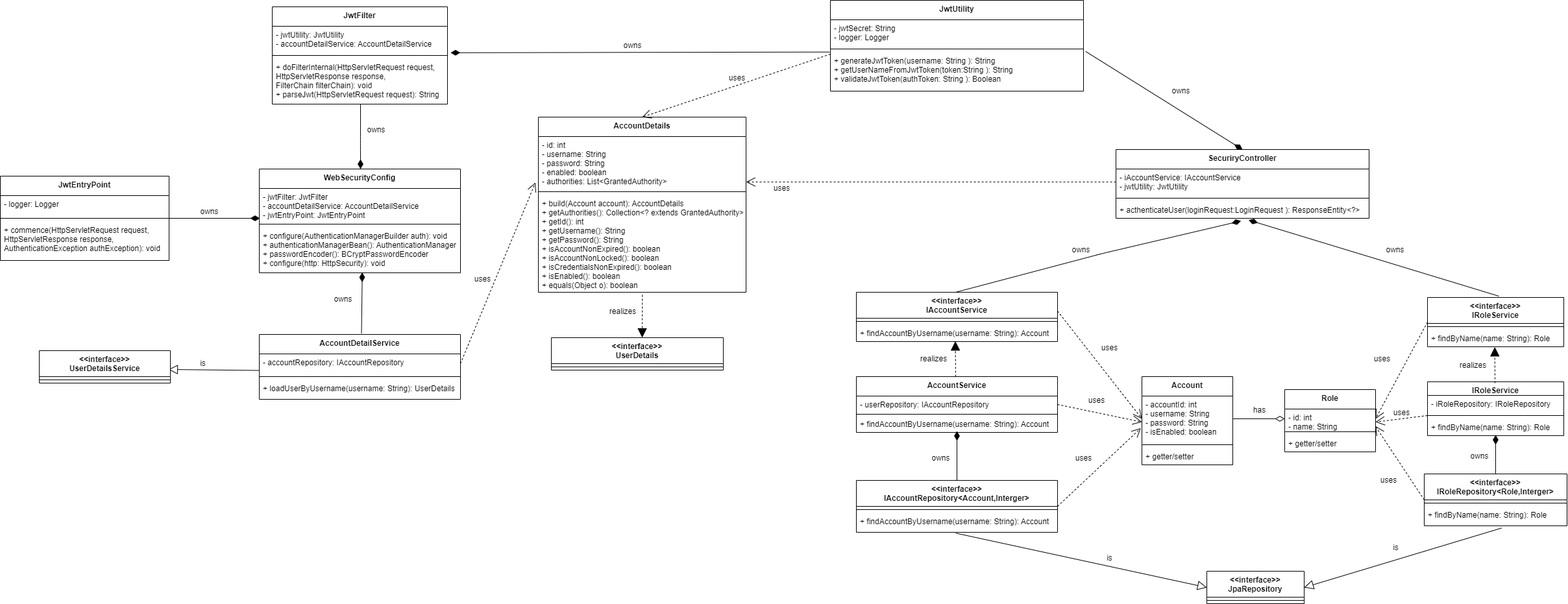
The draw.io diagram detail_design/class_diagram.png in nguyenminhhoang291998/C9022G1_Nguyen_Minh_Hoang_Module_06, before a commit. Source tidied: cells renumbered, new cells last; positions are measured from the earlier drawing's top-left corner, leaving out a move shared by most shapes.
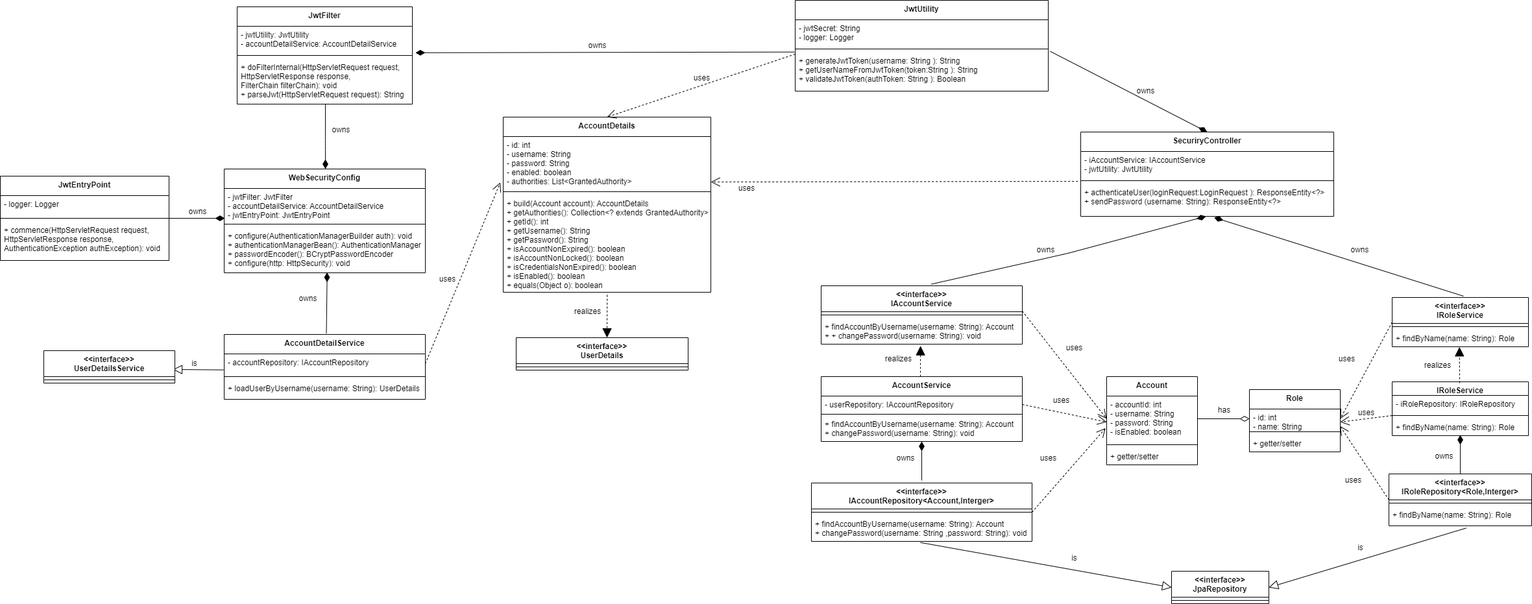
The same diagram one commit later.

Change to the diagram source:
```diff
@@ -18,7 +18,7 @@
       <mxGeometry x="75" y="5" width="40" height="20" as="geometry" />
     </mxCell>
     <mxCell id="5" value="SecuriryController" style="swimlane;fontStyle=1;align=center;verticalAlign=top;horizontal=1;startSize=30;swimlaneLine=1;rounded=0;shadow=0;glass=0;labelBackgroundColor=none;" parent="1" vertex="1">
-      <mxGeometry x="1719" y="230" width="390" height="106" as="geometry" />
+      <mxGeometry x="1719" y="203" width="390" height="130" as="geometry" />
     </mxCell>
     <mxCell id="6" value="- iAccountService: IAccountService&#10;- jwtUtility: JwtUtility&#10;&#10;" style="text;strokeColor=none;fillColor=none;align=left;verticalAlign=top;spacingLeft=4;spacingRight=4;overflow=hidden;points=[[0,0.5],[1,0.5]];portConstraint=eastwest;labelBackgroundColor=none;" parent="5" vertex="1">
       <mxGeometry y="30" width="390" height="40" as="geometry" />
@@ -26,8 +26,8 @@
     <mxCell id="7" style="line;strokeWidth=1;fillColor=none;align=left;verticalAlign=middle;spacingTop=-1;spacingLeft=3;spacingRight=3;labelPosition=right;labelBackgroundColor=none;" parent="5" vertex="1">
       <mxGeometry y="70" width="390" height="10" as="geometry" />
     </mxCell>
-    <mxCell id="8" value="+ acthenticateUser(loginRequest:LoginRequest ): ResponseEntity&lt;?&gt;" style="text;strokeColor=none;fillColor=none;align=left;verticalAlign=top;spacingLeft=4;spacingRight=4;overflow=hidden;points=[[0,0.5],[1,0.5]];portConstraint=eastwest;labelBackgroundColor=none;" parent="5" vertex="1">
-      <mxGeometry y="80" width="390" height="26" as="geometry" />
+    <mxCell id="8" value="+ acthenticateUser(loginRequest:LoginRequest ): ResponseEntity&lt;?&gt;&#10;+ sendPassword (username: String): ResponseEntity&lt;?&gt;" style="text;strokeColor=none;fillColor=none;align=left;verticalAlign=top;spacingLeft=4;spacingRight=4;overflow=hidden;points=[[0,0.5],[1,0.5]];portConstraint=eastwest;labelBackgroundColor=none;" parent="5" vertex="1">
+      <mxGeometry y="80" width="390" height="50" as="geometry" />
     </mxCell>
     <mxCell id="9" value="JwtUtility" style="swimlane;fontStyle=1;align=center;verticalAlign=top;horizontal=1;startSize=30;swimlaneLine=1;rounded=0;shadow=0;glass=0;labelBackgroundColor=none;" parent="1" vertex="1">
       <mxGeometry x="1279" width="390" height="140" as="geometry" />
@@ -65,22 +65,21 @@
     <mxCell id="20" value="owns" style="text;html=1;align=center;verticalAlign=middle;labelBackgroundColor=none;rotation=0;" parent="19" vertex="1">
       <mxGeometry x="-44" y="-14" width="40" height="20" as="geometry" />
     </mxCell>
-    <mxCell id="21" style="endArrow=diamondThin;endFill=1;endSize=12;html=1;labelBackgroundColor=none;fontColor=default;entryX=0.494;entryY=1.158;entryDx=0;entryDy=0;entryPerimeter=0;" parent="1" edge="1" target="8">
+    <mxCell id="21" style="endArrow=diamondThin;endFill=1;endSize=12;html=1;labelBackgroundColor=none;fontColor=default;entryX=0.495;entryY=1;entryDx=0;entryDy=0;entryPerimeter=0;exitX=0.547;exitY=-0.027;exitDx=0;exitDy=0;exitPerimeter=0;" parent="1" edge="1" source="22" target="8">
       <mxGeometry relative="1" as="geometry">
-        <mxPoint x="1472" y="450" as="sourcePoint" />
         <Array as="points">
           <mxPoint x="1699" y="390" />
         </Array>
       </mxGeometry>
     </mxCell>
     <mxCell id="22" value="&lt;&lt;interface&gt;&gt;&#10;IAccountService" style="swimlane;fontStyle=1;align=center;verticalAlign=top;horizontal=1;startSize=40;swimlaneLine=1;rounded=0;shadow=0;glass=0;labelBackgroundColor=none;" parent="1" vertex="1">
-      <mxGeometry x="1319" y="450" width="310" height="76" as="geometry" />
+      <mxGeometry x="1319" y="440" width="310" height="90" as="geometry" />
     </mxCell>
     <mxCell id="23" style="line;strokeWidth=1;fillColor=none;align=left;verticalAlign=middle;spacingTop=-1;spacingLeft=3;spacingRight=3;labelPosition=right;labelBackgroundColor=none;" parent="22" vertex="1">
       <mxGeometry y="40" width="310" height="10" as="geometry" />
     </mxCell>
-    <mxCell id="24" value="+ findAccountByUsername(username: String): Account" style="text;strokeColor=none;fillColor=none;align=left;verticalAlign=top;spacingLeft=4;spacingRight=4;overflow=hidden;points=[[0,0.5],[1,0.5]];portConstraint=eastwest;labelBackgroundColor=none;" parent="22" vertex="1">
-      <mxGeometry y="50" width="310" height="26" as="geometry" />
+    <mxCell id="24" value="+ findAccountByUsername(username: String): Account&#10;+ + changePassword(username: String): void" style="text;strokeColor=none;fillColor=none;align=left;verticalAlign=top;spacingLeft=4;spacingRight=4;overflow=hidden;points=[[0,0.5],[1,0.5]];portConstraint=eastwest;labelBackgroundColor=none;" parent="22" vertex="1">
+      <mxGeometry y="50" width="310" height="40" as="geometry" />
     </mxCell>
     <mxCell id="25" value="Account" style="swimlane;fontStyle=1;align=center;verticalAlign=top;horizontal=1;startSize=30;swimlaneLine=1;rounded=0;shadow=0;glass=0;labelBackgroundColor=none;" parent="1" vertex="1">
       <mxGeometry x="1759" y="580" width="140" height="136" as="geometry" />
@@ -119,16 +118,16 @@
       <mxGeometry y="70" width="310" height="30" as="geometry" />
     </mxCell>
     <mxCell id="37" value="&lt;&lt;interface&gt;&gt;&#10;IAccountRepository&lt;Account,Interger&gt;" style="swimlane;fontStyle=1;align=center;verticalAlign=top;horizontal=1;startSize=40;swimlaneLine=1;rounded=0;shadow=0;glass=0;labelBackgroundColor=none;" parent="1" vertex="1">
-      <mxGeometry x="1319" y="740" width="310" height="80" as="geometry" />
+      <mxGeometry x="1304" y="744" width="340" height="90" as="geometry" />
     </mxCell>
     <mxCell id="38" style="line;strokeWidth=1;fillColor=none;align=left;verticalAlign=middle;spacingTop=-1;spacingLeft=3;spacingRight=3;labelPosition=right;labelBackgroundColor=none;" parent="37" vertex="1">
-      <mxGeometry y="40" width="310" height="10" as="geometry" />
+      <mxGeometry y="40" width="340" height="10" as="geometry" />
     </mxCell>
-    <mxCell id="39" value="+ findAccountByUsername(username: String): Account" style="text;strokeColor=none;fillColor=none;align=left;verticalAlign=top;spacingLeft=4;spacingRight=4;overflow=hidden;points=[[0,0.5],[1,0.5]];portConstraint=eastwest;labelBackgroundColor=none;" parent="37" vertex="1">
-      <mxGeometry y="50" width="310" height="30" as="geometry" />
+    <mxCell id="39" value="+ findAccountByUsername(username: String): Account&#10;+ changePassword(username: String ,password: String): void" style="text;strokeColor=none;fillColor=none;align=left;verticalAlign=top;spacingLeft=4;spacingRight=4;overflow=hidden;points=[[0,0.5],[1,0.5]];portConstraint=eastwest;labelBackgroundColor=none;" parent="37" vertex="1">
+      <mxGeometry y="50" width="340" height="40" as="geometry" />
     </mxCell>
     <mxCell id="40" value="JwtEntryPoint" style="swimlane;fontStyle=1;align=center;verticalAlign=top;horizontal=1;startSize=30;swimlaneLine=1;rounded=0;shadow=0;glass=0;labelBackgroundColor=none;" parent="1" vertex="1">
-      <mxGeometry y="271" width="260" height="130" as="geometry" />
+      <mxGeometry x="54" y="271" width="260" height="130" as="geometry" />
     </mxCell>
     <mxCell id="41" value="- logger: Logger" style="text;strokeColor=none;fillColor=none;align=left;verticalAlign=top;spacingLeft=4;spacingRight=4;overflow=hidden;labelBackgroundColor=none;" parent="40" vertex="1">
       <mxGeometry y="30" width="260" height="30" as="geometry" />
@@ -146,7 +145,7 @@
       </mxGeometry>
     </mxCell>
     <mxCell id="45" value="owns" style="text;html=1;align=center;verticalAlign=middle;labelBackgroundColor=none;rotation=0;" parent="1" vertex="1">
-      <mxGeometry x="302" y="316" width="40" height="20" as="geometry" />
+      <mxGeometry x="338" y="316" width="40" height="20" as="geometry" />
     </mxCell>
     <mxCell id="46" style="group;labelBackgroundColor=none;rotation=-90;" parent="1" vertex="1">
       <mxGeometry x="488.5" y="457.5" width="105" height="20" as="geometry" />
@@ -188,15 +187,15 @@
       <mxGeometry y="40" width="265" height="10" as="geometry" />
     </mxCell>
     <mxCell id="57" value="is" style="text;html=1;align=center;verticalAlign=middle;labelBackgroundColor=none;" parent="1" vertex="1">
-      <mxGeometry x="302" y="550" width="20" height="20" as="geometry" />
+      <mxGeometry x="343" y="550" width="20" height="20" as="geometry" />
     </mxCell>
-    <mxCell id="58" style="endArrow=block;endFill=0;endSize=12;html=1;labelBackgroundColor=none;fontColor=default;exitX=-0.002;exitY=0.85;exitDx=0;exitDy=0;exitPerimeter=0;" parent="1" edge="1" source="34">
+    <mxCell id="58" style="endArrow=block;endFill=0;endSize=12;html=1;labelBackgroundColor=none;fontColor=default;exitX=-0.003;exitY=0.823;exitDx=0;exitDy=0;exitPerimeter=0;" parent="1" edge="1" source="34">
       <mxGeometry relative="1" as="geometry">
-        <mxPoint x="259" y="569" as="targetPoint" />
+        <mxPoint x="320" y="569" as="targetPoint" />
       </mxGeometry>
     </mxCell>
     <mxCell id="59" value="&lt;&lt;interface&gt;&gt;&#10;UserDetailsService" style="swimlane;fontStyle=1;align=center;verticalAlign=top;horizontal=1;startSize=40;swimlaneLine=1;rounded=0;shadow=0;glass=0;labelBackgroundColor=none;" parent="1" vertex="1">
-      <mxGeometry x="60" y="540" width="202" height="50" as="geometry" />
+      <mxGeometry x="121" y="540" width="202" height="50" as="geometry" />
     </mxCell>
     <mxCell id="60" style="line;strokeWidth=1;fillColor=none;align=left;verticalAlign=middle;spacingTop=-1;spacingLeft=3;spacingRight=3;labelPosition=right;labelBackgroundColor=none;" parent="59" vertex="1">
       <mxGeometry y="40" width="202" height="10" as="geometry" />
@@ -219,7 +218,7 @@
     <mxCell id="66" value="uses" style="text;html=1;align=center;verticalAlign=middle;labelBackgroundColor=none;" parent="65" vertex="1">
       <mxGeometry x="65" width="40" height="20" as="geometry" />
     </mxCell>
-    <mxCell id="67" style="endArrow=open;dashed=1;endFill=0;endSize=12;html=1;labelBackgroundColor=none;fontColor=default;exitX=0;exitY=0.5;exitDx=0;exitDy=0;" parent="1" edge="1" source="6">
+    <mxCell id="67" style="endArrow=open;dashed=1;endFill=0;endSize=12;html=1;labelBackgroundColor=none;fontColor=default;exitX=-0.011;exitY=1.15;exitDx=0;exitDy=0;exitPerimeter=0;" parent="1" edge="1" source="6">
       <mxGeometry relative="1" as="geometry">
         <mxPoint x="1149" y="280" as="targetPoint" />
       </mxGeometry>
@@ -256,14 +255,13 @@
     <mxCell id="76" value="realizes" style="text;html=1;align=center;verticalAlign=middle;labelBackgroundColor=none;" parent="1" vertex="1">
       <mxGeometry x="1407.8" y="543" width="60" height="20" as="geometry" />
     </mxCell>
-    <mxCell id="77" style="endArrow=block;endFill=1;endSize=12;html=1;dashed=1;labelBackgroundColor=none;fontColor=default;entryX=0.492;entryY=1.359;entryDx=0;entryDy=0;entryPerimeter=0;" parent="1" edge="1">
+    <mxCell id="77" style="endArrow=block;endFill=1;endSize=12;html=1;dashed=1;labelBackgroundColor=none;fontColor=default;entryX=0.494;entryY=1.068;entryDx=0;entryDy=0;entryPerimeter=0;" parent="1" edge="1" target="24">
       <mxGeometry relative="1" as="geometry">
         <mxPoint x="1472" y="580" as="sourcePoint" />
-        <mxPoint x="1471.5" y="525.3" as="targetPoint" />
       </mxGeometry>
     </mxCell>
     <mxCell id="78" value="AccountService" style="swimlane;fontStyle=1;align=center;verticalAlign=top;horizontal=1;startSize=30;swimlaneLine=1;rounded=0;shadow=0;glass=0;labelBackgroundColor=none;" parent="1" vertex="1">
-      <mxGeometry x="1319" y="580" width="310" height="86" as="geometry" />
+      <mxGeometry x="1319" y="580" width="310" height="100" as="geometry" />
     </mxCell>
     <mxCell id="79" value="- userRepository: IAccountRepository" style="text;strokeColor=none;fillColor=none;align=left;verticalAlign=top;spacingLeft=4;spacingRight=4;overflow=hidden;points=[[0,0.5],[1,0.5]];portConstraint=eastwest;labelBackgroundColor=none;" parent="78" vertex="1">
       <mxGeometry y="30" width="310" height="26" as="geometry" />
@@ -271,8 +269,8 @@
     <mxCell id="80" style="line;strokeWidth=1;fillColor=none;align=left;verticalAlign=middle;spacingTop=-1;spacingLeft=3;spacingRight=3;labelPosition=right;labelBackgroundColor=none;" parent="78" vertex="1">
       <mxGeometry y="56" width="310" height="4" as="geometry" />
     </mxCell>
-    <mxCell id="81" value="+ findAccountByUsername(username: String): Account" style="text;strokeColor=none;fillColor=none;align=left;verticalAlign=top;spacingLeft=4;spacingRight=4;overflow=hidden;labelBackgroundColor=none;" parent="78" vertex="1">
-      <mxGeometry y="60" width="310" height="26" as="geometry" />
+    <mxCell id="81" value="+ findAccountByUsername(username: String): Account&#10;+ changePassword(username: String): void" style="text;strokeColor=none;fillColor=none;align=left;verticalAlign=top;spacingLeft=4;spacingRight=4;overflow=hidden;labelBackgroundColor=none;" parent="78" vertex="1">
+      <mxGeometry y="60" width="310" height="40" as="geometry" />
     </mxCell>
     <mxCell id="82" value="owns" style="text;html=1;align=center;verticalAlign=middle;labelBackgroundColor=none;rotation=0;" parent="1" vertex="1">
       <mxGeometry x="1429" y="696" width="40" height="20" as="geometry" />
@@ -380,7 +378,7 @@
     <mxCell id="114" style="endArrow=diamondThin;endFill=1;endSize=12;html=1;labelBackgroundColor=none;fontColor=default;" parent="1" edge="1">
       <mxGeometry relative="1" as="geometry">
         <mxPoint x="1474" y="740" as="sourcePoint" />
-        <mxPoint x="1474" y="664" as="targetPoint" />
+        <mxPoint x="1474" y="680" as="targetPoint" />
       </mxGeometry>
     </mxCell>
     <mxCell id="115" style="endArrow=block;endFill=0;endSize=12;html=1;labelBackgroundColor=none;fontColor=default;entryX=1;entryY=0.5;entryDx=0;entryDy=0;exitX=0.542;exitY=1.114;exitDx=0;exitDy=0;exitPerimeter=0;" parent="1" edge="1" source="107" target="83">
@@ -389,10 +387,9 @@
     <mxCell id="116" value="is" style="text;html=1;align=center;verticalAlign=middle;labelBackgroundColor=none;rotation=0;" parent="1" vertex="1">
       <mxGeometry x="2140" y="834" width="20" height="20" as="geometry" />
     </mxCell>
-    <mxCell id="117" style="endArrow=diamondThin;endFill=1;endSize=12;html=1;labelBackgroundColor=none;fontColor=default;entryX=0.524;entryY=1.258;entryDx=0;entryDy=0;entryPerimeter=0;" parent="1" edge="1">
+    <mxCell id="117" style="endArrow=diamondThin;endFill=1;endSize=12;html=1;labelBackgroundColor=none;fontColor=default;entryX=0.527;entryY=1.034;entryDx=0;entryDy=0;entryPerimeter=0;" parent="1" edge="1" target="8">
       <mxGeometry relative="1" as="geometry">
         <mxPoint x="2309" y="456" as="sourcePoint" />
-        <mxPoint x="1923.4" y="338.7" as="targetPoint" />
       </mxGeometry>
     </mxCell>
     <mxCell id="118" value="owns" style="text;html=1;align=center;verticalAlign=middle;labelBackgroundColor=none;rotation=0;" parent="1" vertex="1">
```
